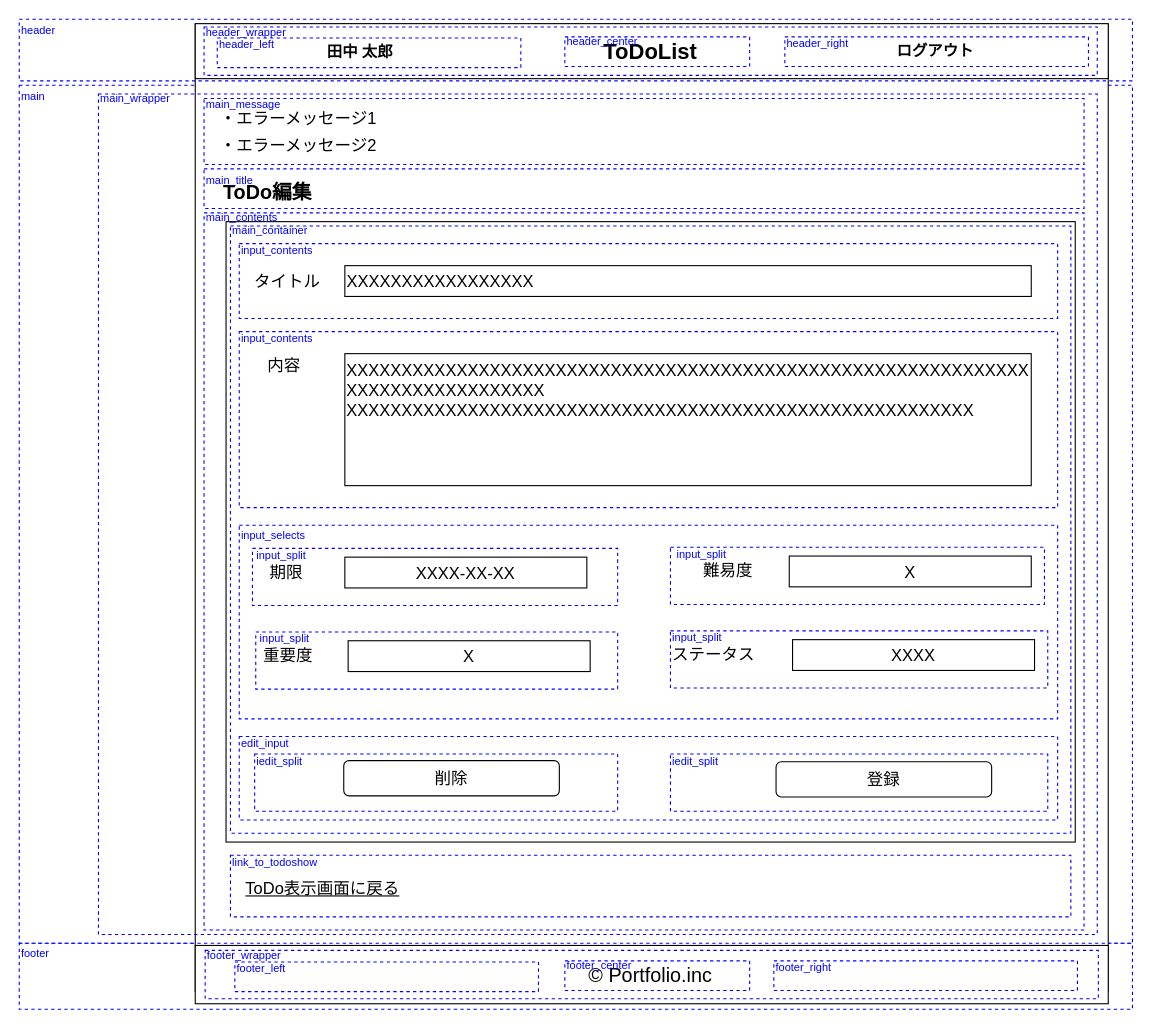
Before: portfolio03/01/layout/todo_edit/portfolio03_01_todo_edit_detail.drawio in RRRYOOO/portfolio, a draw.io diagram. Source tidied: cells renumbered, new cells numbered last; positions are measured from the earlier drawing's top-left corner, leaving out a move shared by most shapes. Both pictures are drawn from the tidied source at 110%, with x=0, y=0 at pixel (19, 19).
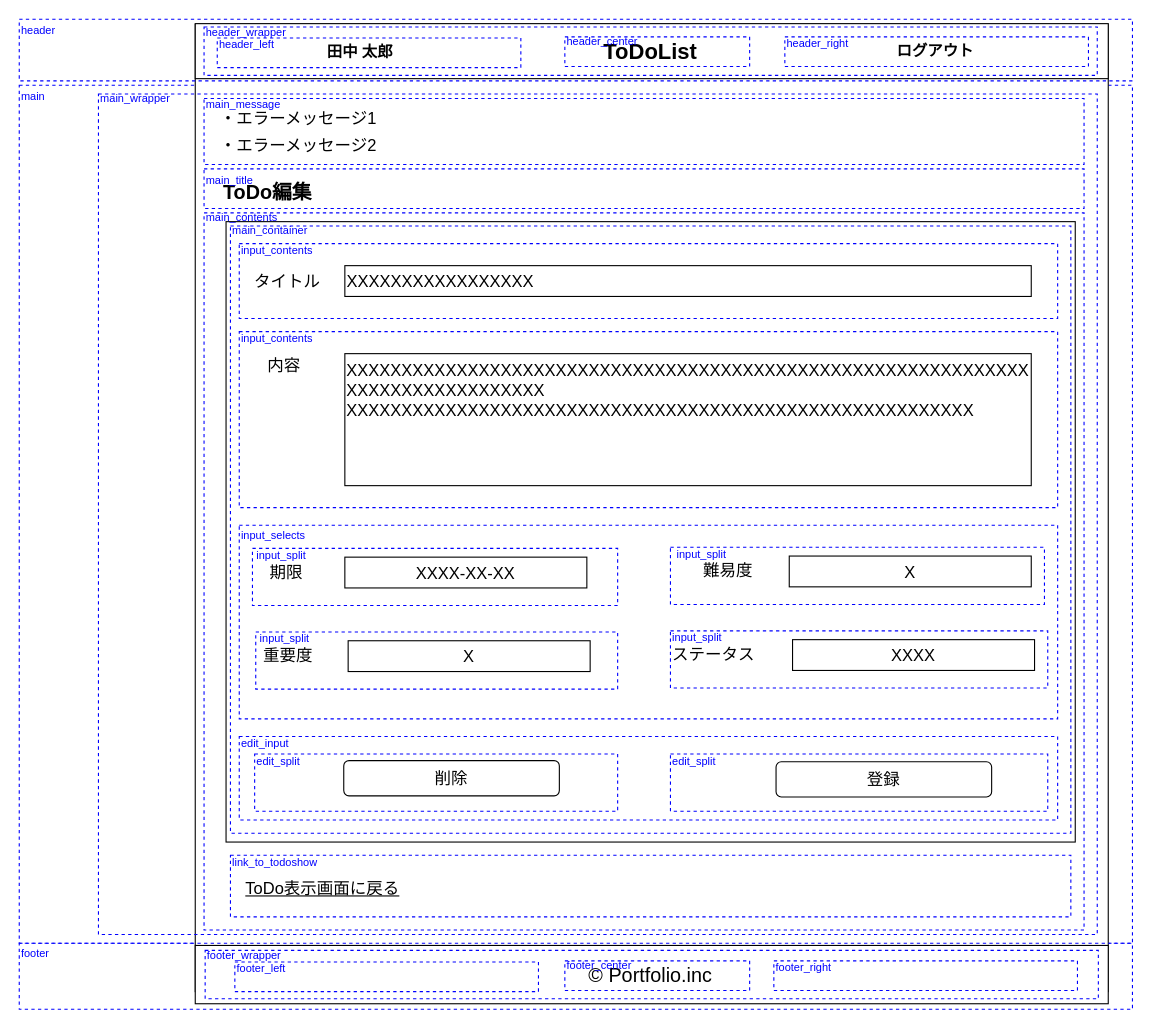
The same diagram, later.

The edit, as a diff of the source:
```diff
@@
-    <mxCell id="80" value="iedit_split" style="text;html=1;strokeColor=none;fillColor=none;align=left;verticalAlign=middle;whiteSpace=wrap;rounded=0;dashed=1;fontColor=#0000FF;fontSize=10;" parent="1" vertex="1">
+    <mxCell id="80" value="edit_split" style="text;html=1;strokeColor=none;fillColor=none;align=left;verticalAlign=middle;whiteSpace=wrap;rounded=0;dashed=1;fontColor=#0000FF;fontSize=10;" parent="1" vertex="1">
       <mxGeometry x="214" y="668" width="80" height="12" as="geometry" />
     </mxCell>
@@
-    <mxCell id="82" value="iedit_split" style="text;html=1;strokeColor=none;fillColor=none;align=left;verticalAlign=middle;whiteSpace=wrap;rounded=0;dashed=1;fontColor=#0000FF;fontSize=10;" parent="1" vertex="1">
+    <mxCell id="82" value="edit_split" style="text;html=1;strokeColor=none;fillColor=none;align=left;verticalAlign=middle;whiteSpace=wrap;rounded=0;dashed=1;fontColor=#0000FF;fontSize=10;" parent="1" vertex="1">
       <mxGeometry x="592" y="668" width="80" height="12" as="geometry" />
     </mxCell>
```
